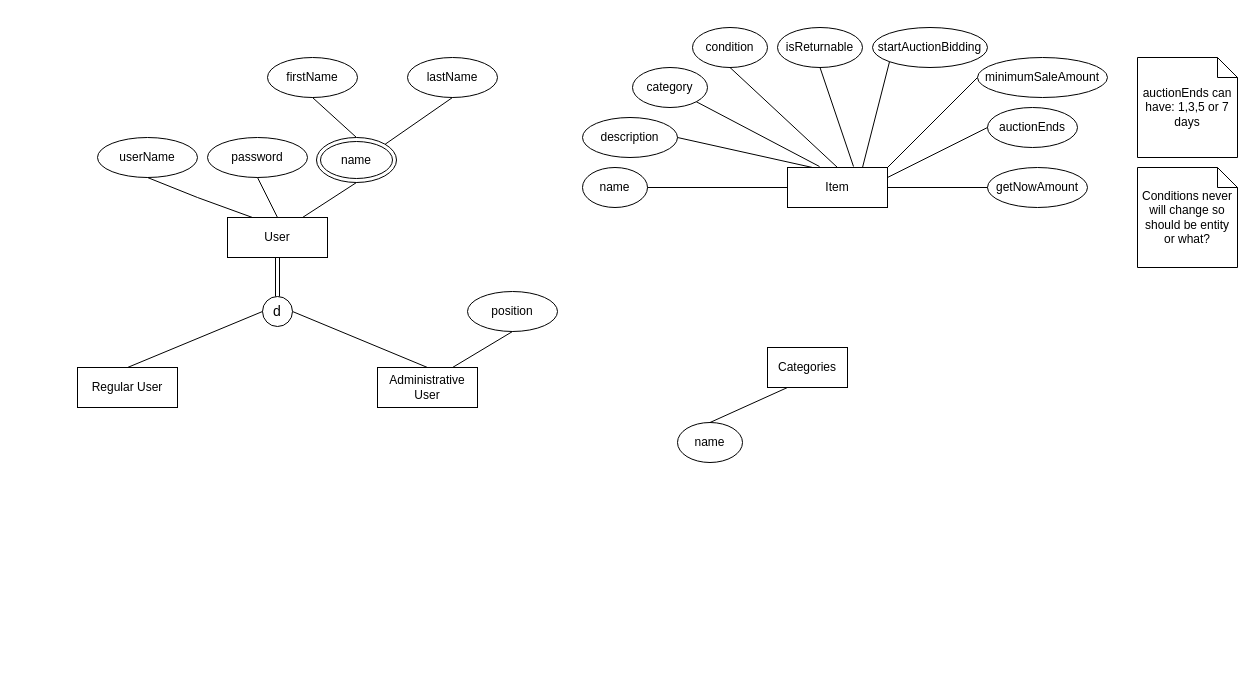
Earlier version of the draw.io diagram EER-Diagram.drawio (jobanyv9/6400_DatbaseDesign). Source tidied: cells renumbered, new cells numbered last; positions are measured from the earlier drawing's top-left corner, leaving out a move shared by most shapes. Both pictures are drawn from the tidied source at 100%, with x=0, y=0 at pixel (77, 27).
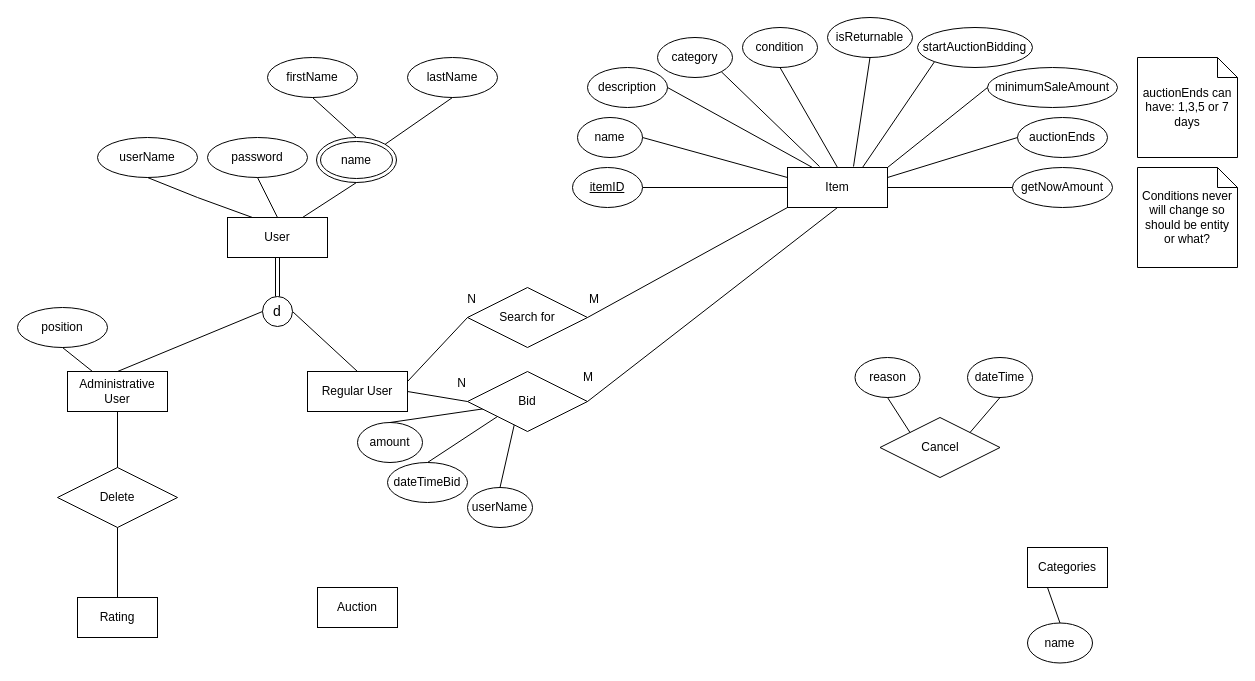
After the change.

Unchanged cells that the change refers to:
```xml
<mxCell id="5" value="Item" style="whiteSpace=wrap;html=1;align=center;" parent="1" vertex="1">
  <mxGeometry x="710" y="140" width="100" height="40" as="geometry" />
</mxCell>
<mxCell id="7" value="d" style="ellipse;whiteSpace=wrap;html=1;fontSize=14;" parent="1" vertex="1">
  <mxGeometry x="185" y="269" width="30" height="30" as="geometry" />
</mxCell>
```

Diff of the diagram source:
```diff
@@
     <mxCell id="3" value="Administrative User" style="whiteSpace=wrap;html=1;align=center;" parent="1" vertex="1">
-      <mxGeometry x="300" y="340" width="100" height="40" as="geometry" />
+      <mxGeometry x="-10" y="344" width="100" height="40" as="geometry" />
     </mxCell>
     <mxCell id="4" value="Regular User" style="whiteSpace=wrap;html=1;align=center;" parent="1" vertex="1">
-      <mxGeometry y="340" width="100" height="40" as="geometry" />
+      <mxGeometry x="230" y="344" width="100" height="40" as="geometry" />
     </mxCell>
@@
-    <mxCell id="6" style="endArrow=none;html=1;rounded=0;exitX=0.5;exitY=0;exitDx=0;exitDy=0;entryX=1;entryY=0.5;entryDx=0;entryDy=0;" parent="1" edge="1" source="3" target="7">
+    <mxCell id="6" style="endArrow=none;html=1;rounded=0;entryX=1;entryY=0.5;entryDx=0;entryDy=0;exitX=0.5;exitY=0;exitDx=0;exitDy=0;" parent="1" edge="1" source="4" target="7">
       <mxGeometry relative="1" as="geometry" />
     </mxCell>
@@
-    <mxCell id="8" style="endArrow=none;html=1;rounded=0;exitX=0.5;exitY=0;exitDx=0;exitDy=0;entryX=0;entryY=0.5;entryDx=0;entryDy=0;" parent="1" edge="1" source="4" target="7">
+    <mxCell id="8" style="endArrow=none;html=1;rounded=0;entryX=0;entryY=0.5;entryDx=0;entryDy=0;exitX=0.5;exitY=0;exitDx=0;exitDy=0;" parent="1" edge="1" source="3" target="7">
       <mxGeometry relative="1" as="geometry" />
     </mxCell>
@@
     <mxCell id="14" value="position" style="ellipse;whiteSpace=wrap;html=1;align=center;" parent="1" vertex="1">
-      <mxGeometry x="390" y="264" width="90" height="40" as="geometry" />
+      <mxGeometry x="-60" y="280" width="90" height="40" as="geometry" />
     </mxCell>
-    <mxCell id="15" style="endArrow=none;html=1;rounded=0;entryX=0.5;entryY=1;entryDx=0;entryDy=0;exitX=0.75;exitY=0;exitDx=0;exitDy=0;" parent="1" edge="1" source="3" target="14">
+    <mxCell id="15" style="endArrow=none;html=1;rounded=0;entryX=0.5;entryY=1;entryDx=0;entryDy=0;exitX=0.25;exitY=0;exitDx=0;exitDy=0;" parent="1" edge="1" source="3" target="14">
       <mxGeometry relative="1" as="geometry" />
     </mxCell>
     <mxCell id="16" value="name" style="ellipse;whiteSpace=wrap;html=1;align=center;" parent="1" vertex="1">
-      <mxGeometry x="505" y="140" width="65" height="40" as="geometry" />
+      <mxGeometry x="500" y="90" width="65" height="40" as="geometry" />
     </mxCell>
     <mxCell id="17" value="description" style="ellipse;whiteSpace=wrap;html=1;align=center;" parent="1" vertex="1">
-      <mxGeometry x="505" y="90" width="95" height="40" as="geometry" />
+      <mxGeometry x="510" y="40" width="80" height="40" as="geometry" />
     </mxCell>
     <mxCell id="18" value="category" style="ellipse;whiteSpace=wrap;html=1;align=center;" parent="1" vertex="1">
-      <mxGeometry x="555" y="40" width="75" height="40" as="geometry" />
+      <mxGeometry x="580" y="10" width="75" height="40" as="geometry" />
     </mxCell>
     <mxCell id="19" value="condition" style="ellipse;whiteSpace=wrap;html=1;align=center;" parent="1" vertex="1">
-      <mxGeometry x="615" width="75" height="40" as="geometry" />
+      <mxGeometry x="665" width="75" height="40" as="geometry" />
     </mxCell>
-    <mxCell id="20" style="endArrow=none;html=1;rounded=0;exitX=1;exitY=0.5;exitDx=0;exitDy=0;entryX=0;entryY=0.5;entryDx=0;entryDy=0;" parent="1" edge="1" source="16" target="5">
+    <mxCell id="20" style="endArrow=none;html=1;rounded=0;exitX=1;exitY=0.5;exitDx=0;exitDy=0;entryX=0;entryY=0.25;entryDx=0;entryDy=0;" parent="1" edge="1" source="16" target="5">
       <mxGeometry relative="1" as="geometry" />
     </mxCell>
@@
     <mxCell id="31" value="isReturnable" style="ellipse;whiteSpace=wrap;html=1;align=center;" parent="1" vertex="1">
-      <mxGeometry x="700" width="85" height="40" as="geometry" />
+      <mxGeometry x="750" y="-10" width="85" height="40" as="geometry" />
     </mxCell>
@@
     <mxCell id="33" value="Categories" style="whiteSpace=wrap;html=1;align=center;" parent="1" vertex="1">
-      <mxGeometry x="690" y="320" width="80" height="40" as="geometry" />
+      <mxGeometry x="950" y="520" width="80" height="40" as="geometry" />
     </mxCell>
     <mxCell id="34" value="name" style="ellipse;whiteSpace=wrap;html=1;align=center;" parent="1" vertex="1">
-      <mxGeometry x="600" y="395" width="65" height="40" as="geometry" />
+      <mxGeometry x="950" y="595.5" width="65" height="40" as="geometry" />
     </mxCell>
@@
     <mxCell id="37" value="startAuctionBidding" style="ellipse;whiteSpace=wrap;html=1;align=center;" parent="1" vertex="1">
-      <mxGeometry x="795" width="115" height="40" as="geometry" />
+      <mxGeometry x="840" width="115" height="40" as="geometry" />
     </mxCell>
@@
     <mxCell id="39" value="minimumSaleAmount" style="ellipse;whiteSpace=wrap;html=1;align=center;" parent="1" vertex="1">
-      <mxGeometry x="900" y="30" width="130" height="40" as="geometry" />
+      <mxGeometry x="910" y="40" width="130" height="40" as="geometry" />
     </mxCell>
@@
     <mxCell id="41" value="auctionEnds" style="ellipse;whiteSpace=wrap;html=1;align=center;" parent="1" vertex="1">
-      <mxGeometry x="910" y="80" width="90" height="40" as="geometry" />
+      <mxGeometry x="940" y="90" width="90" height="40" as="geometry" />
     </mxCell>
@@
     <mxCell id="43" value="getNowAmount" style="ellipse;whiteSpace=wrap;html=1;align=center;" parent="1" vertex="1">
-      <mxGeometry x="910" y="140" width="100" height="40" as="geometry" />
+      <mxGeometry x="935" y="140" width="100" height="40" as="geometry" />
     </mxCell>
@@
+    <mxCell id="46" style="endArrow=none;html=1;rounded=0;exitX=1;exitY=0.5;exitDx=0;exitDy=0;entryX=0;entryY=0.5;entryDx=0;entryDy=0;" parent="1" edge="1" source="58" target="5">
+      <mxGeometry relative="1" as="geometry" />
+    </mxCell>
+    <mxCell id="47" value="Search for" style="shape=rhombus;perimeter=rhombusPerimeter;whiteSpace=wrap;html=1;align=center;" parent="1" vertex="1">
+      <mxGeometry x="390" y="260" width="120" height="60" as="geometry" />
+    </mxCell>
+    <mxCell id="48" style="endArrow=none;html=1;rounded=0;exitX=1;exitY=0.25;exitDx=0;exitDy=0;entryX=0;entryY=0.5;entryDx=0;entryDy=0;" parent="1" edge="1" source="4" target="47">
+      <mxGeometry relative="1" as="geometry" />
+    </mxCell>
+    <mxCell id="49" style="html=1;whiteSpace=wrap;align=left;verticalAlign=bottom;" parent="48" vertex="1">
+      <mxGeometry x="-1" relative="1" as="geometry" />
+    </mxCell>
+    <mxCell id="50" value="N" style="html=1;whiteSpace=wrap;align=right;verticalAlign=bottom;" parent="48" vertex="1">
+      <mxGeometry x="1" relative="1" as="geometry">
+        <mxPoint x="10" y="-10" as="offset" />
+      </mxGeometry>
+    </mxCell>
+    <mxCell id="51" style="endArrow=none;html=1;rounded=0;exitX=1;exitY=0.5;exitDx=0;exitDy=0;entryX=0;entryY=1;entryDx=0;entryDy=0;" parent="1" edge="1" source="47" target="5">
+      <mxGeometry relative="1" as="geometry" />
+    </mxCell>
+    <mxCell id="52" value="M" style="html=1;whiteSpace=wrap;align=left;verticalAlign=bottom;" parent="51" vertex="1">
+      <mxGeometry x="-1" relative="1" as="geometry">
+        <mxPoint y="-10" as="offset" />
+      </mxGeometry>
+    </mxCell>
+    <mxCell id="53" style="html=1;whiteSpace=wrap;align=right;verticalAlign=bottom;" parent="51" vertex="1">
+      <mxGeometry x="1" relative="1" as="geometry" />
+    </mxCell>
+    <mxCell id="54" value="amount" style="ellipse;whiteSpace=wrap;html=1;align=center;" parent="1" vertex="1">
+      <mxGeometry x="280" y="395" width="65" height="40" as="geometry" />
+    </mxCell>
+    <mxCell id="55" style="endArrow=none;html=1;rounded=0;entryX=0.15;entryY=0.617;entryDx=0;entryDy=0;exitX=0.5;exitY=0;exitDx=0;exitDy=0;entryPerimeter=0;" parent="1" edge="1" source="54" target="71">
+      <mxGeometry relative="1" as="geometry" />
+    </mxCell>
+    <mxCell id="56" value="dateTimeBid" style="ellipse;whiteSpace=wrap;html=1;align=center;" parent="1" vertex="1">
+      <mxGeometry x="310" y="435" width="80" height="40" as="geometry" />
+    </mxCell>
+    <mxCell id="57" value="userName" style="ellipse;whiteSpace=wrap;html=1;align=center;" parent="1" vertex="1">
+      <mxGeometry x="390" y="460" width="65" height="40" as="geometry" />
+    </mxCell>
+    <mxCell id="58" value="itemID" style="ellipse;whiteSpace=wrap;html=1;align=center;fontStyle=4;" parent="1" vertex="1">
+      <mxGeometry x="495" y="140" width="70" height="40" as="geometry" />
+    </mxCell>
+    <mxCell id="59" style="endArrow=none;html=1;rounded=0;entryX=0;entryY=1;entryDx=0;entryDy=0;exitX=0.5;exitY=0;exitDx=0;exitDy=0;" parent="1" edge="1" source="56" target="71">
+      <mxGeometry relative="1" as="geometry" />
+    </mxCell>
+    <mxCell id="60" style="endArrow=none;html=1;rounded=0;exitX=0.5;exitY=0;exitDx=0;exitDy=0;entryX=0.392;entryY=0.867;entryDx=0;entryDy=0;entryPerimeter=0;" parent="1" edge="1" source="57" target="71">
+      <mxGeometry relative="1" as="geometry" />
+    </mxCell>
+    <mxCell id="61" value="Rating" style="whiteSpace=wrap;html=1;align=center;" parent="1" vertex="1">
+      <mxGeometry y="570" width="80" height="40" as="geometry" />
+    </mxCell>
+    <mxCell id="62" value="Cancel" style="shape=rhombus;perimeter=rhombusPerimeter;whiteSpace=wrap;html=1;align=center;" parent="1" vertex="1">
+      <mxGeometry x="802.5" y="390" width="120" height="60" as="geometry" />
+    </mxCell>
+    <mxCell id="63" value="reason" style="ellipse;whiteSpace=wrap;html=1;align=center;" parent="1" vertex="1">
+      <mxGeometry x="777.5" y="330" width="65" height="40" as="geometry" />
+    </mxCell>
+    <mxCell id="64" value="dateTime" style="ellipse;whiteSpace=wrap;html=1;align=center;" parent="1" vertex="1">
+      <mxGeometry x="890" y="330" width="65" height="40" as="geometry" />
+    </mxCell>
+    <mxCell id="65" style="endArrow=none;html=1;rounded=0;exitX=0.5;exitY=1;exitDx=0;exitDy=0;entryX=0;entryY=0;entryDx=0;entryDy=0;" parent="1" edge="1" source="63" target="62">
+      <mxGeometry relative="1" as="geometry" />
+    </mxCell>
+    <mxCell id="66" style="endArrow=none;html=1;rounded=0;exitX=0.5;exitY=1;exitDx=0;exitDy=0;entryX=1;entryY=0;entryDx=0;entryDy=0;" parent="1" edge="1" source="64" target="62">
+      <mxGeometry relative="1" as="geometry" />
+    </mxCell>
+    <mxCell id="67" value="Delete" style="shape=rhombus;perimeter=rhombusPerimeter;whiteSpace=wrap;html=1;align=center;" parent="1" vertex="1">
+      <mxGeometry x="-20" y="440" width="120" height="60" as="geometry" />
+    </mxCell>
+    <mxCell id="68" style="endArrow=none;html=1;rounded=0;exitX=0.5;exitY=1;exitDx=0;exitDy=0;entryX=0.5;entryY=0;entryDx=0;entryDy=0;" parent="1" edge="1" source="3" target="67">
+      <mxGeometry relative="1" as="geometry" />
+    </mxCell>
+    <mxCell id="69" style="endArrow=none;html=1;rounded=0;exitX=0.5;exitY=1;exitDx=0;exitDy=0;entryX=0.5;entryY=0;entryDx=0;entryDy=0;" parent="1" edge="1" source="67" target="61">
+      <mxGeometry relative="1" as="geometry" />
+    </mxCell>
+    <mxCell id="70" value="Auction" style="whiteSpace=wrap;html=1;align=center;" parent="1" vertex="1">
+      <mxGeometry x="240" y="560" width="80" height="40" as="geometry" />
+    </mxCell>
+    <mxCell id="71" value="Bid" style="shape=rhombus;perimeter=rhombusPerimeter;whiteSpace=wrap;html=1;align=center;" parent="1" vertex="1">
+      <mxGeometry x="390" y="344" width="120" height="60" as="geometry" />
+    </mxCell>
+    <mxCell id="72" style="html=1;whiteSpace=wrap;align=right;verticalAlign=bottom;" parent="1" vertex="1">
+      <mxGeometry x="400.2" y="363.6" as="geometry" />
+    </mxCell>
+    <mxCell id="73" value="M" style="html=1;whiteSpace=wrap;align=left;verticalAlign=bottom;" parent="1" vertex="1">
+      <mxGeometry x="510" y="364" as="geometry">
+        <mxPoint x="-6" y="-6" as="offset" />
+      </mxGeometry>
+    </mxCell>
+    <mxCell id="74" style="endArrow=none;html=1;rounded=0;exitX=1;exitY=0.5;exitDx=0;exitDy=0;entryX=0;entryY=0.5;entryDx=0;entryDy=0;" parent="1" edge="1" source="4" target="71">
+      <mxGeometry relative="1" as="geometry" />
+    </mxCell>
+    <mxCell id="75" style="html=1;whiteSpace=wrap;align=left;verticalAlign=bottom;" parent="74" vertex="1">
+      <mxGeometry x="-1" relative="1" as="geometry" />
+    </mxCell>
+    <mxCell id="76" value="N" style="html=1;whiteSpace=wrap;align=right;verticalAlign=bottom;" parent="74" vertex="1">
+      <mxGeometry x="1" relative="1" as="geometry">
+        <mxPoint y="-10" as="offset" />
+      </mxGeometry>
+    </mxCell>
+    <mxCell id="77" style="endArrow=none;html=1;rounded=0;exitX=1;exitY=0.5;exitDx=0;exitDy=0;entryX=0.5;entryY=1;entryDx=0;entryDy=0;" parent="1" edge="1" source="71" target="5">
+      <mxGeometry relative="1" as="geometry" />
+    </mxCell>
+    <mxCell id="78" style="html=1;whiteSpace=wrap;align=left;verticalAlign=bottom;" parent="77" vertex="1">
+      <mxGeometry x="-1" relative="1" as="geometry" />
+    </mxCell>
```
